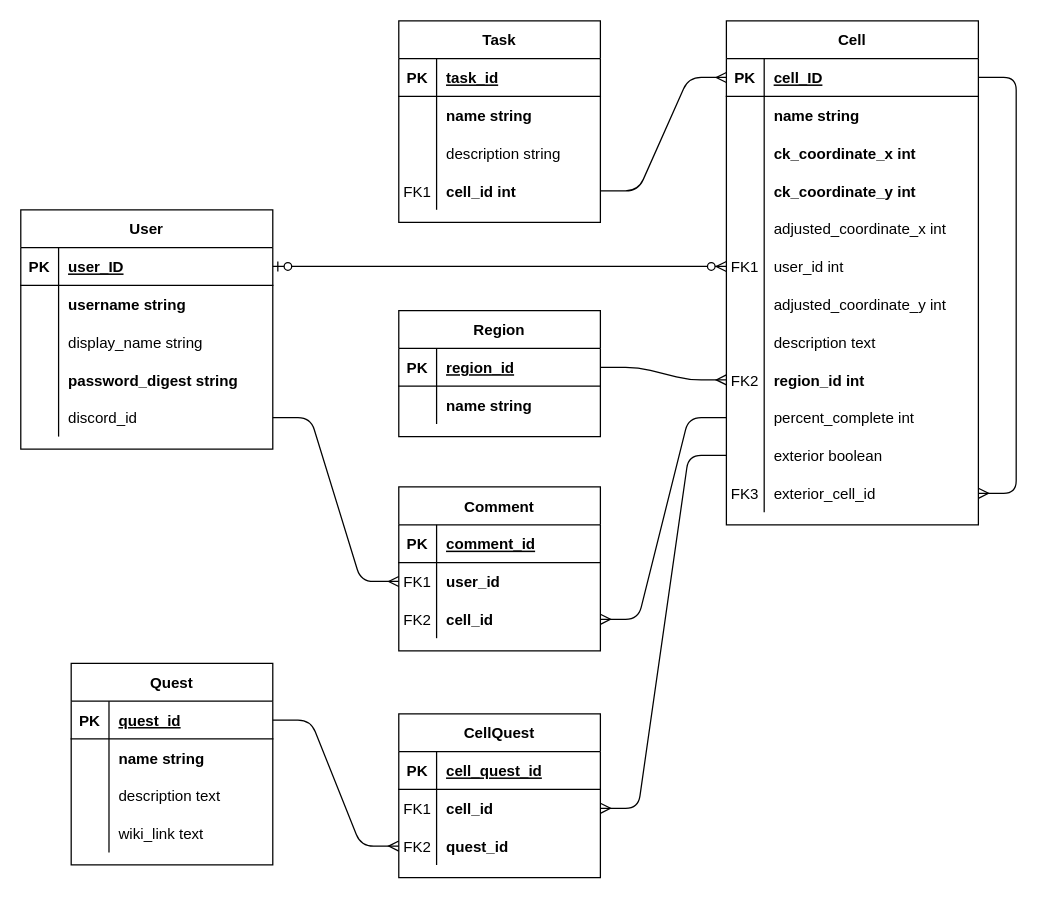
Earlier version of the draw.io diagram CascadiaCellMate.drawio (kingsley113/Phase3-Rails-Project-CascadiaCellMate). Source tidied: cells renumbered, new cells numbered last; positions are measured from the earlier drawing's top-left corner, leaving out a move shared by most shapes. Both pictures are drawn from the tidied source at 126%, with x=0, y=0 at pixel (20, 20).
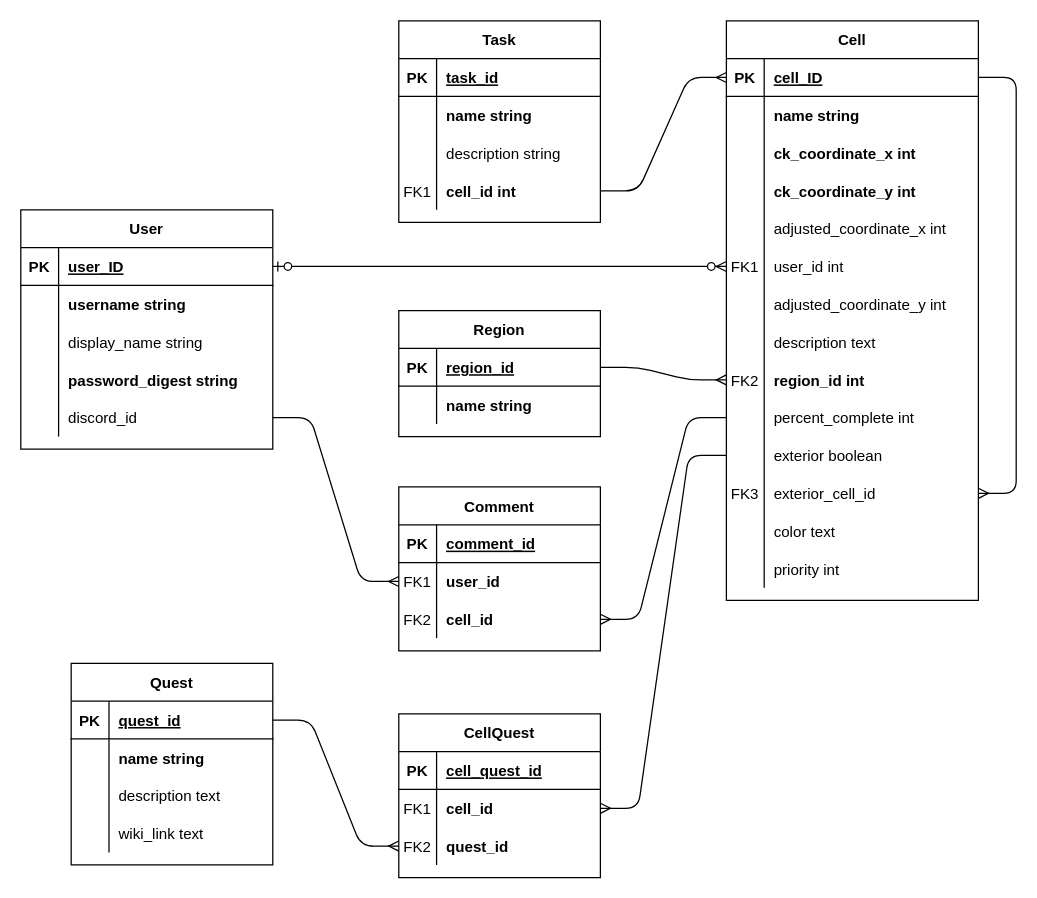
The same page after the edit.

Commit message (it also covers changes not shown here):
Update CellMate DB diagram

The edit, as a diff of the source:
```diff
@@
     <mxCell id="2" value="Cell" style="shape=table;startSize=30;childLayout=tableLayout;rowLines=0;fontStyle=1;align=center;" parent="1" vertex="1">
-      <mxGeometry x="560" width="200" height="400" as="geometry" />
+      <mxGeometry x="560" width="200" height="460" as="geometry" />
     </mxCell>
@@
+    <mxCell id="116" style="shape=partialRectangle;fillColor=none;top=0;left=0;right=0;bottom=0;" parent="2" vertex="1">
+      <mxGeometry y="390" width="200" height="30" as="geometry" />
+    </mxCell>
+    <mxCell id="117" style="shape=partialRectangle;overflow=hidden;fillColor=none;top=0;left=0;bottom=0;right=0;" parent="116" vertex="1">
+      <mxGeometry width="30" height="30" as="geometry" />
+    </mxCell>
+    <mxCell id="118" value="color text" style="shape=partialRectangle;overflow=hidden;fillColor=none;top=0;left=0;bottom=0;right=0;align=left;spacingLeft=6;" parent="116" vertex="1">
+      <mxGeometry x="30" width="170" height="30" as="geometry" />
+    </mxCell>
+    <mxCell id="119" style="shape=partialRectangle;fillColor=none;top=0;left=0;right=0;bottom=0;" parent="2" vertex="1">
+      <mxGeometry y="420" width="200" height="30" as="geometry" />
+    </mxCell>
+    <mxCell id="120" style="shape=partialRectangle;overflow=hidden;fillColor=none;top=0;left=0;bottom=0;right=0;" parent="119" vertex="1">
+      <mxGeometry width="30" height="30" as="geometry" />
+    </mxCell>
+    <mxCell id="121" value="priority int" style="shape=partialRectangle;overflow=hidden;fillColor=none;top=0;left=0;bottom=0;right=0;align=left;spacingLeft=6;" parent="119" vertex="1">
+      <mxGeometry x="30" width="170" height="30" as="geometry" />
+    </mxCell>
```
